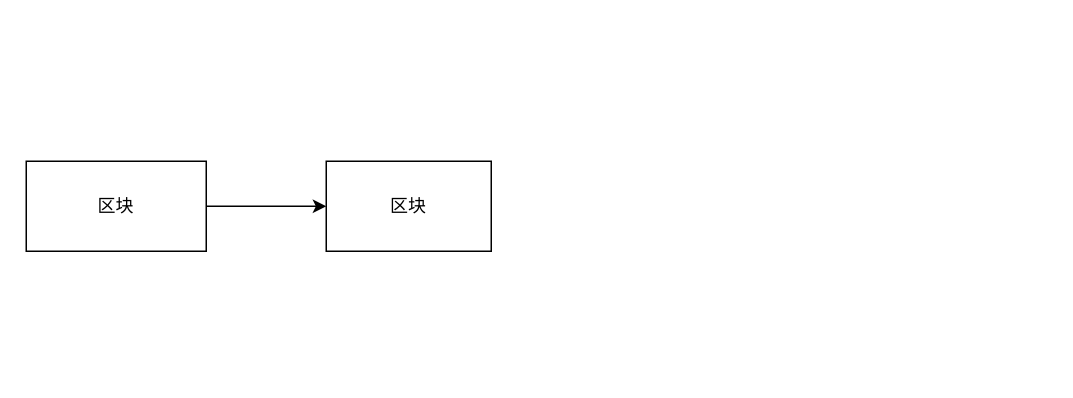
Before: fangzhicuangai.drawio in s1874217870/starup, a draw.io diagram. Source tidied: cells renumbered, new cells numbered last; positions are measured from the earlier drawing's top-left corner, leaving out a move shared by most shapes. Both pictures are drawn from the tidied source at 150%, with x=0, y=0 at pixel (26, 160).
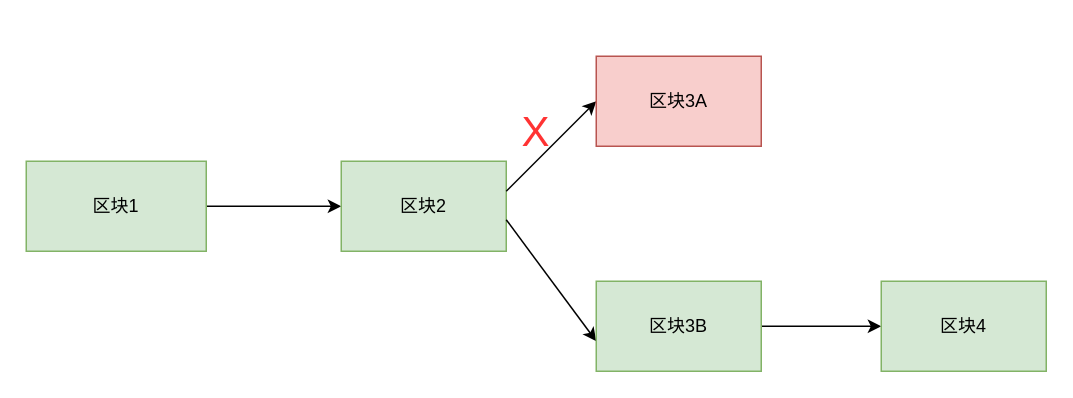
The same diagram, later.

The edit, as a diff of the source:
```diff
@@
 <mxGraphModel>
   <root>
     <mxCell id="0" />
     <mxCell id="1" parent="0" />
     <mxCell id="2" style="edgeStyle=orthogonalEdgeStyle;rounded=0;jettySize=auto;html=1;" parent="1" edge="1" source="3" target="4">
       <mxGeometry relative="1" as="geometry" />
     </mxCell>
-    <mxCell id="3" value="区块" style="rounded=0;whiteSpace=wrap;html=1;" parent="1" vertex="1">
+    <mxCell id="3" value="区块1" style="rounded=0;whiteSpace=wrap;html=1;fillColor=#d5e8d4;strokeColor=#82b366;" parent="1" vertex="1">
       <mxGeometry width="120" height="60" as="geometry" />
     </mxCell>
-    <mxCell id="4" value="区块" style="rounded=0;whiteSpace=wrap;html=1;" parent="1" vertex="1">
-      <mxGeometry x="200" width="110" height="60" as="geometry" />
+    <mxCell id="4" value="区块2" style="rounded=0;whiteSpace=wrap;html=1;fillColor=#d5e8d4;strokeColor=#82b366;" parent="1" vertex="1">
+      <mxGeometry x="210" width="110" height="60" as="geometry" />
     </mxCell>
+    <mxCell id="5" style="endArrow=classic;html=1;" parent="1" edge="1">
+      <mxGeometry relative="1" as="geometry">
+        <mxPoint x="320" y="20" as="sourcePoint" />
+        <mxPoint x="380" y="-40" as="targetPoint" />
+      </mxGeometry>
+    </mxCell>
+    <mxCell id="6" style="endArrow=classic;html=1;" parent="1" edge="1">
+      <mxGeometry relative="1" as="geometry">
+        <mxPoint x="320" y="39" as="sourcePoint" />
+        <mxPoint x="380" y="120" as="targetPoint" />
+      </mxGeometry>
+    </mxCell>
+    <mxCell id="7" value="区块3A" style="rounded=0;whiteSpace=wrap;html=1;fillColor=#f8cecc;strokeColor=#b85450;" parent="1" vertex="1">
+      <mxGeometry x="380" y="-70" width="110" height="60" as="geometry" />
+    </mxCell>
+    <mxCell id="8" style="edgeStyle=orthogonalEdgeStyle;rounded=0;jettySize=auto;html=1;" parent="1" edge="1" source="9" target="10">
+      <mxGeometry relative="1" as="geometry" />
+    </mxCell>
+    <mxCell id="9" value="区块3B" style="rounded=0;whiteSpace=wrap;html=1;fillColor=#d5e8d4;strokeColor=#82b366;" parent="1" vertex="1">
+      <mxGeometry x="380" y="80" width="110" height="60" as="geometry" />
+    </mxCell>
+    <mxCell id="10" value="区块4" style="rounded=0;whiteSpace=wrap;html=1;fillColor=#d5e8d4;strokeColor=#82b366;" parent="1" vertex="1">
+      <mxGeometry x="570" y="80" width="110" height="60" as="geometry" />
+    </mxCell>
+    <mxCell id="11" value="&lt;font style=&quot;font-size: 28px&quot; color=&quot;#ff3333&quot;&gt;X&lt;/font&gt;" style="text;html=1;strokeColor=none;fillColor=none;align=center;verticalAlign=middle;whiteSpace=wrap;rounded=0;" parent="1" vertex="1">
+      <mxGeometry x="280" y="-90" width="120" height="140" as="geometry" />
+    </mxCell>
   </root>
 </mxGraphModel>
```
